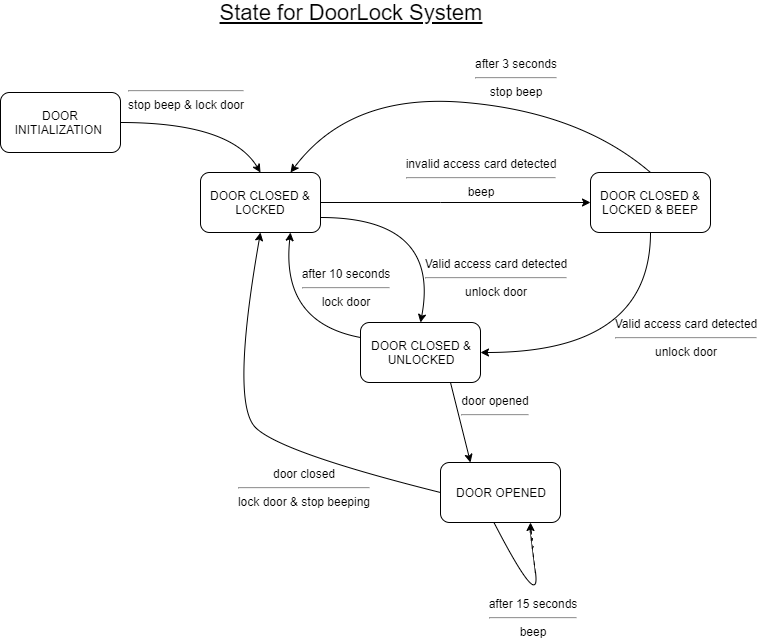
The draw.io diagram Resources/images/state diagram.png in owencho/DoorLockSystem, before a commit. Source tidied: cells renumbered, new cells last; positions are measured from the earlier drawing's top-left corner, leaving out a move shared by most shapes.
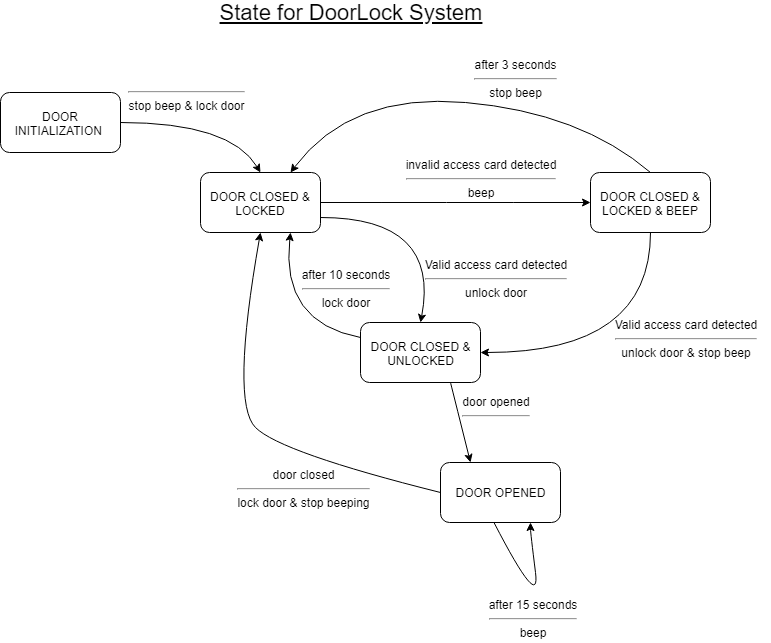
The same diagram one commit later.

Commit message:
modified the state on Door.c for more better time checking, added a condition on image as something is missing over there removed Convert module as all function is added inside Test_Door.c

Change to the diagram source:
```diff
@@ -93,7 +93,7 @@
     <mxCell id="20" value="after 3 seconds&lt;hr&gt;stop beep" style="text;html=1;strokeColor=none;fillColor=none;align=center;verticalAlign=middle;whiteSpace=wrap;rounded=0;" parent="1" vertex="1">
       <mxGeometry x="450" y="50" width="130" height="50" as="geometry" />
     </mxCell>
-    <mxCell id="21" value="Valid access card detected&lt;hr&gt;unlock door" style="text;html=1;strokeColor=none;fillColor=none;align=center;verticalAlign=middle;whiteSpace=wrap;rounded=0;" parent="1" vertex="1">
+    <mxCell id="21" value="Valid access card detected&lt;hr&gt;unlock door &amp;amp; stop beep" style="text;html=1;strokeColor=none;fillColor=none;align=center;verticalAlign=middle;whiteSpace=wrap;rounded=0;" parent="1" vertex="1">
       <mxGeometry x="600" y="310" width="170" height="50" as="geometry" />
     </mxCell>
     <mxCell id="22" style="curved=1;endArrow=classic;html=1;exitX=0.446;exitY=1.002;exitDx=0;exitDy=0;exitPerimeter=0;entryX=0.75;entryY=1;entryDx=0;entryDy=0;" parent="1" edge="1" source="6" target="6">
```
